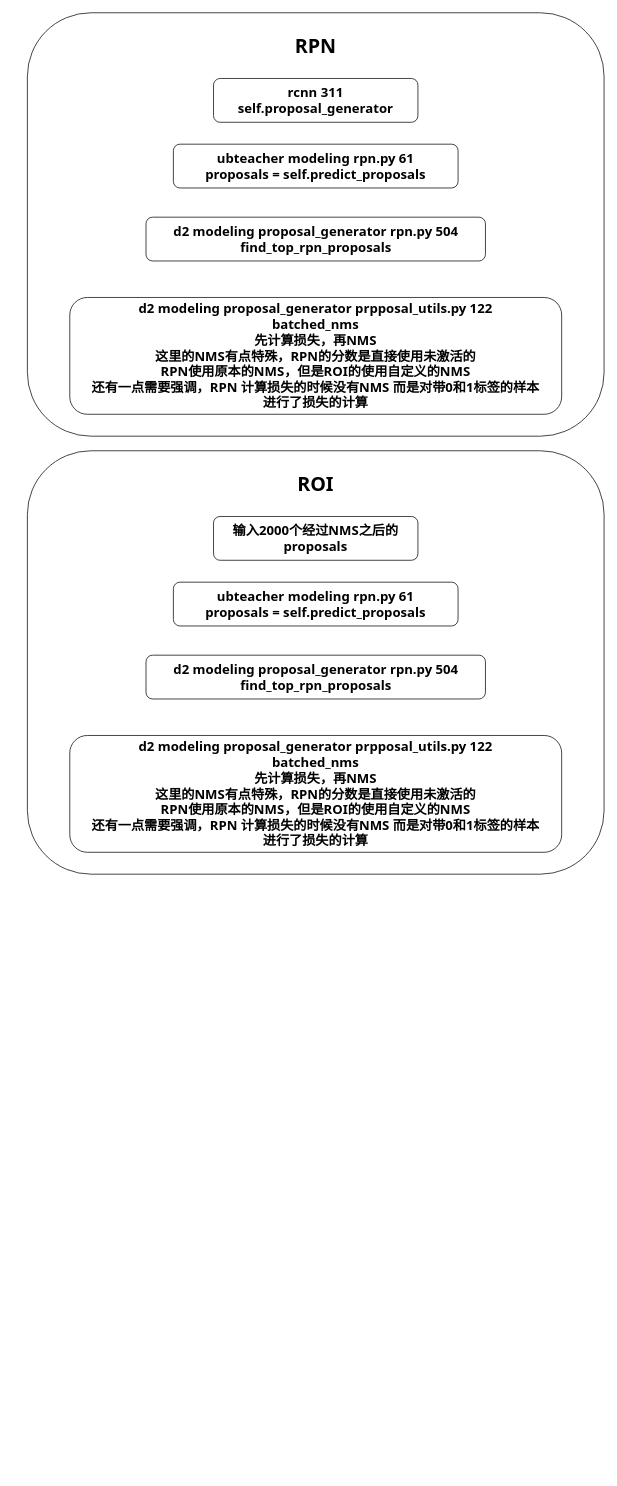
Before: NMS的使用.drawio in Pandaxia8/Test, a draw.io diagram. Source tidied: cells renumbered, new cells numbered last; positions are measured from the earlier drawing's top-left corner, leaving out a move shared by most shapes. Both pictures are drawn from the tidied source at 73%, with x=0, y=0 at pixel (27, 12).
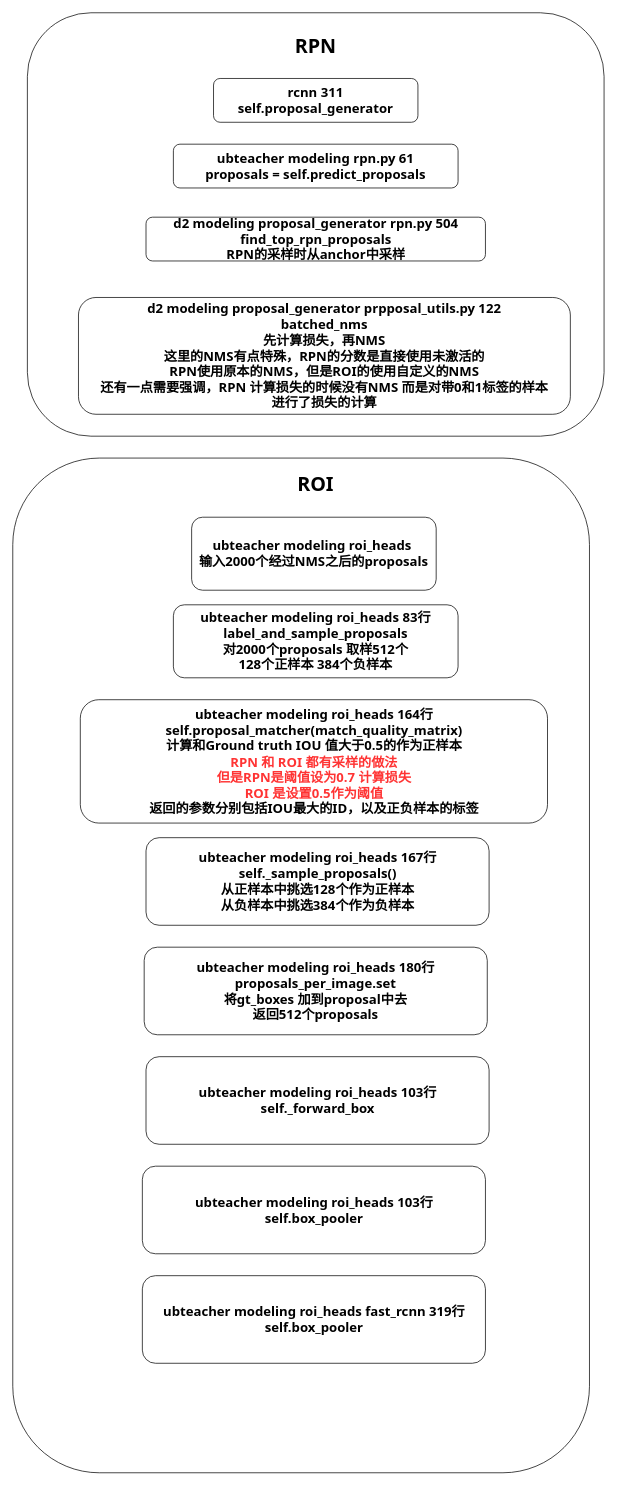
The same page after the edit.

Commit message:
更新NMS的使用.drawio

The edit, as a diff of the source:
```diff
@@
 <mxGraphModel>
   <root>
     <mxCell id="0" />
     <mxCell id="1" parent="0" />
     <mxCell id="2" style="rounded=1;whiteSpace=wrap;html=1;fontFamily=Tahoma;fontSize=18;" parent="1" vertex="1">
       <mxGeometry width="790" height="580" as="geometry" />
     </mxCell>
     <mxCell id="3" value="&lt;font style=&quot;font-size: 18px;&quot;&gt;rcnn 311&lt;br&gt;self.proposal_generator&lt;/font&gt;" style="rounded=1;whiteSpace=wrap;html=1;fontFamily=Tahoma;fontStyle=1;" parent="1" vertex="1">
       <mxGeometry x="255" y="90" width="280" height="60" as="geometry" />
     </mxCell>
     <mxCell id="4" value="&lt;font style=&quot;font-size: 18px;&quot;&gt;ubteacher modeling rpn.py 61&lt;br&gt;proposals = self.predict_proposals&lt;/font&gt;" style="rounded=1;whiteSpace=wrap;html=1;fontFamily=Tahoma;fontStyle=1;" parent="1" vertex="1">
       <mxGeometry x="200" y="180" width="390" height="60" as="geometry" />
     </mxCell>
-    <mxCell id="5" value="&lt;font style=&quot;font-size: 18px;&quot;&gt;d2 modeling proposal_generator rpn.py 504&lt;br&gt;find_top_rpn_proposals&lt;/font&gt;" style="rounded=1;whiteSpace=wrap;html=1;fontFamily=Tahoma;fontStyle=1;" parent="1" vertex="1">
+    <mxCell id="5" value="&lt;font style=&quot;font-size: 18px;&quot;&gt;d2 modeling proposal_generator rpn.py 504&lt;br&gt;find_top_rpn_proposals&lt;br&gt;RPN的采样时从anchor中采样&lt;br&gt;&lt;/font&gt;" style="rounded=1;whiteSpace=wrap;html=1;fontFamily=Tahoma;fontStyle=1;" parent="1" vertex="1">
       <mxGeometry x="162.5" y="280" width="465" height="60" as="geometry" />
     </mxCell>
     <mxCell id="6" value="&lt;font style=&quot;font-size: 18px;&quot;&gt;d2 modeling proposal_generator prpposal_utils.py 122&lt;br&gt;batched_nms&lt;br&gt;先计算损失，再NMS&lt;br&gt;这里的NMS有点特殊，RPN的分数是直接使用未激活的&lt;br&gt;RPN使用原本的NMS，但是ROI的使用自定义的NMS&lt;br&gt;还有一点需要强调，RPN 计算损失的时候没有NMS 而是对带0和1标签的样本&lt;br&gt;进行了损失的计算&lt;br&gt;&lt;/font&gt;" style="rounded=1;whiteSpace=wrap;html=1;fontFamily=Tahoma;fontStyle=1;" parent="1" vertex="1">
-      <mxGeometry x="58.1" y="390" width="673.8" height="160" as="geometry" />
+      <mxGeometry x="70" y="390" width="673.8" height="160" as="geometry" />
     </mxCell>
     <mxCell id="7" value="RPN" style="text;html=1;strokeColor=none;fillColor=none;align=center;verticalAlign=middle;whiteSpace=wrap;rounded=0;fontFamily=Tahoma;fontSize=27;fontStyle=1;" parent="1" vertex="1">
       <mxGeometry x="365" y="30" width="60" height="30" as="geometry" />
     </mxCell>
     <mxCell id="8" style="rounded=1;whiteSpace=wrap;html=1;fontFamily=Tahoma;fontSize=18;" parent="1" vertex="1">
-      <mxGeometry y="600" width="790" height="580" as="geometry" />
+      <mxGeometry x="-20" y="610" width="790" height="1390" as="geometry" />
     </mxCell>
-    <mxCell id="9" value="&lt;span style=&quot;font-size: 18px;&quot;&gt;输入2000个经过NMS之后的proposals&lt;/span&gt;" style="rounded=1;whiteSpace=wrap;html=1;fontFamily=Tahoma;fontStyle=1;" parent="1" vertex="1">
-      <mxGeometry x="255" y="690" width="280" height="60" as="geometry" />
+    <mxCell id="9" value="&lt;span style=&quot;font-size: 18px;&quot;&gt;ubteacher modeling roi_heads&amp;nbsp;&lt;br&gt;输入2000个经过NMS之后的proposals&lt;/span&gt;" style="rounded=1;whiteSpace=wrap;html=1;fontFamily=Tahoma;fontStyle=1;" parent="1" vertex="1">
+      <mxGeometry x="225" y="691" width="335" height="100" as="geometry" />
     </mxCell>
-    <mxCell id="10" value="&lt;font style=&quot;font-size: 18px;&quot;&gt;ubteacher modeling rpn.py 61&lt;br&gt;proposals = self.predict_proposals&lt;/font&gt;" style="rounded=1;whiteSpace=wrap;html=1;fontFamily=Tahoma;fontStyle=1;" parent="1" vertex="1">
-      <mxGeometry x="200" y="780" width="390" height="60" as="geometry" />
+    <mxCell id="10" value="&lt;span style=&quot;font-size: 18px;&quot;&gt;ubteacher modeling roi_heads 83行&lt;/span&gt;&lt;span style=&quot;font-size: 18px;&quot;&gt;&lt;br&gt;label_and_sample_proposals&lt;br&gt;对2000个proposals 取样512个&lt;br&gt;128个正样本 384个负样本&lt;br&gt;&lt;/span&gt;" style="rounded=1;whiteSpace=wrap;html=1;fontFamily=Tahoma;fontStyle=1;" parent="1" vertex="1">
+      <mxGeometry x="200" y="811" width="390" height="100" as="geometry" />
     </mxCell>
-    <mxCell id="11" value="&lt;font style=&quot;font-size: 18px;&quot;&gt;d2 modeling proposal_generator rpn.py 504&lt;br&gt;find_top_rpn_proposals&lt;/font&gt;" style="rounded=1;whiteSpace=wrap;html=1;fontFamily=Tahoma;fontStyle=1;" parent="1" vertex="1">
-      <mxGeometry x="162.5" y="880" width="465" height="60" as="geometry" />
-    </mxCell>
-    <mxCell id="12" value="&lt;font style=&quot;font-size: 18px;&quot;&gt;d2 modeling proposal_generator prpposal_utils.py 122&lt;br&gt;batched_nms&lt;br&gt;先计算损失，再NMS&lt;br&gt;这里的NMS有点特殊，RPN的分数是直接使用未激活的&lt;br&gt;RPN使用原本的NMS，但是ROI的使用自定义的NMS&lt;br&gt;还有一点需要强调，RPN 计算损失的时候没有NMS 而是对带0和1标签的样本&lt;br&gt;进行了损失的计算&lt;br&gt;&lt;/font&gt;" style="rounded=1;whiteSpace=wrap;html=1;fontFamily=Tahoma;fontStyle=1;" parent="1" vertex="1">
-      <mxGeometry x="58.1" y="990" width="673.8" height="160" as="geometry" />
-    </mxCell>
     <mxCell id="13" value="ROI" style="text;html=1;strokeColor=none;fillColor=none;align=center;verticalAlign=middle;whiteSpace=wrap;rounded=0;fontFamily=Tahoma;fontSize=27;fontStyle=1;" parent="1" vertex="1">
       <mxGeometry x="365" y="630" width="60" height="30" as="geometry" />
     </mxCell>
+    <mxCell id="14" value="&lt;span style=&quot;font-size: 18px;&quot;&gt;ubteacher modeling roi_heads 164行&lt;/span&gt;&lt;br&gt;&lt;span style=&quot;font-size: 18px;&quot;&gt;self.proposal_matcher(match_quality_matrix)&lt;br&gt;计算和Ground truth IOU 值大于0.5的作为正样本&lt;br&gt;&lt;font color=&quot;#ff3333&quot;&gt;RPN 和 ROI 都有采样的做法&lt;br&gt;但是RPN是阈值设为0.7 计算损失&lt;br&gt;ROI 是设置0.5作为阈值&lt;br&gt;&lt;/font&gt;返回的参数分别包括IOU最大的ID，以及正负样本的标签&lt;br&gt;&lt;/span&gt;" style="rounded=1;whiteSpace=wrap;html=1;fontFamily=Tahoma;fontStyle=1;" parent="1" vertex="1">
+      <mxGeometry x="72.5" y="941" width="640" height="169" as="geometry" />
+    </mxCell>
+    <mxCell id="15" value="&lt;span style=&quot;font-size: 18px;&quot;&gt;ubteacher modeling roi_heads 167行&lt;/span&gt;&lt;br&gt;&lt;span style=&quot;font-size: 18px;&quot;&gt;self._sample_proposals()&lt;br&gt;从正样本中挑选128个作为正样本&lt;/span&gt;&lt;br&gt;&lt;span style=&quot;font-size: 18px;&quot;&gt;从负样本中挑选384个作为负样本&lt;/span&gt;" style="rounded=1;whiteSpace=wrap;html=1;fontFamily=Tahoma;fontStyle=1;" parent="1" vertex="1">
+      <mxGeometry x="162.5" y="1130" width="470" height="120" as="geometry" />
+    </mxCell>
+    <mxCell id="16" value="&lt;span style=&quot;font-size: 18px;&quot;&gt;ubteacher modeling roi_heads 180行&lt;/span&gt;&lt;br&gt;&lt;span style=&quot;font-size: 18px;&quot;&gt;proposals_per_image.set&lt;br&gt;将gt_boxes 加到proposal中去&lt;br&gt;返回512个proposals&lt;br&gt;&lt;/span&gt;" style="rounded=1;whiteSpace=wrap;html=1;fontFamily=Tahoma;fontStyle=1;" parent="1" vertex="1">
+      <mxGeometry x="160" y="1280" width="470" height="120" as="geometry" />
+    </mxCell>
+    <mxCell id="17" value="&lt;span style=&quot;font-size: 18px;&quot;&gt;ubteacher modeling roi_heads 103行&lt;/span&gt;&lt;br&gt;&lt;span style=&quot;font-size: 18px;&quot;&gt;self._forward_box&lt;/span&gt;&lt;br&gt;" style="rounded=1;whiteSpace=wrap;html=1;fontFamily=Tahoma;fontStyle=1;" parent="1" vertex="1">
+      <mxGeometry x="162.5" y="1430" width="470" height="120" as="geometry" />
+    </mxCell>
+    <mxCell id="18" value="&lt;span style=&quot;font-size: 18px;&quot;&gt;ubteacher modeling roi_heads 103行&lt;/span&gt;&lt;br&gt;&lt;span style=&quot;font-size: 18px;&quot;&gt;self.box_pooler&lt;/span&gt;" style="rounded=1;whiteSpace=wrap;html=1;fontFamily=Tahoma;fontStyle=1;" parent="1" vertex="1">
+      <mxGeometry x="157.5" y="1580" width="470" height="120" as="geometry" />
+    </mxCell>
+    <mxCell id="19" value="&lt;span style=&quot;font-size: 18px;&quot;&gt;ubteacher modeling roi_heads fast_rcnn 319行&lt;/span&gt;&lt;br&gt;&lt;span style=&quot;font-size: 18px;&quot;&gt;self.box_pooler&lt;/span&gt;" style="rounded=1;whiteSpace=wrap;html=1;fontFamily=Tahoma;fontStyle=1;" parent="1" vertex="1">
+      <mxGeometry x="157.5" y="1730" width="470" height="120" as="geometry" />
+    </mxCell>
   </root>
 </mxGraphModel>
```
